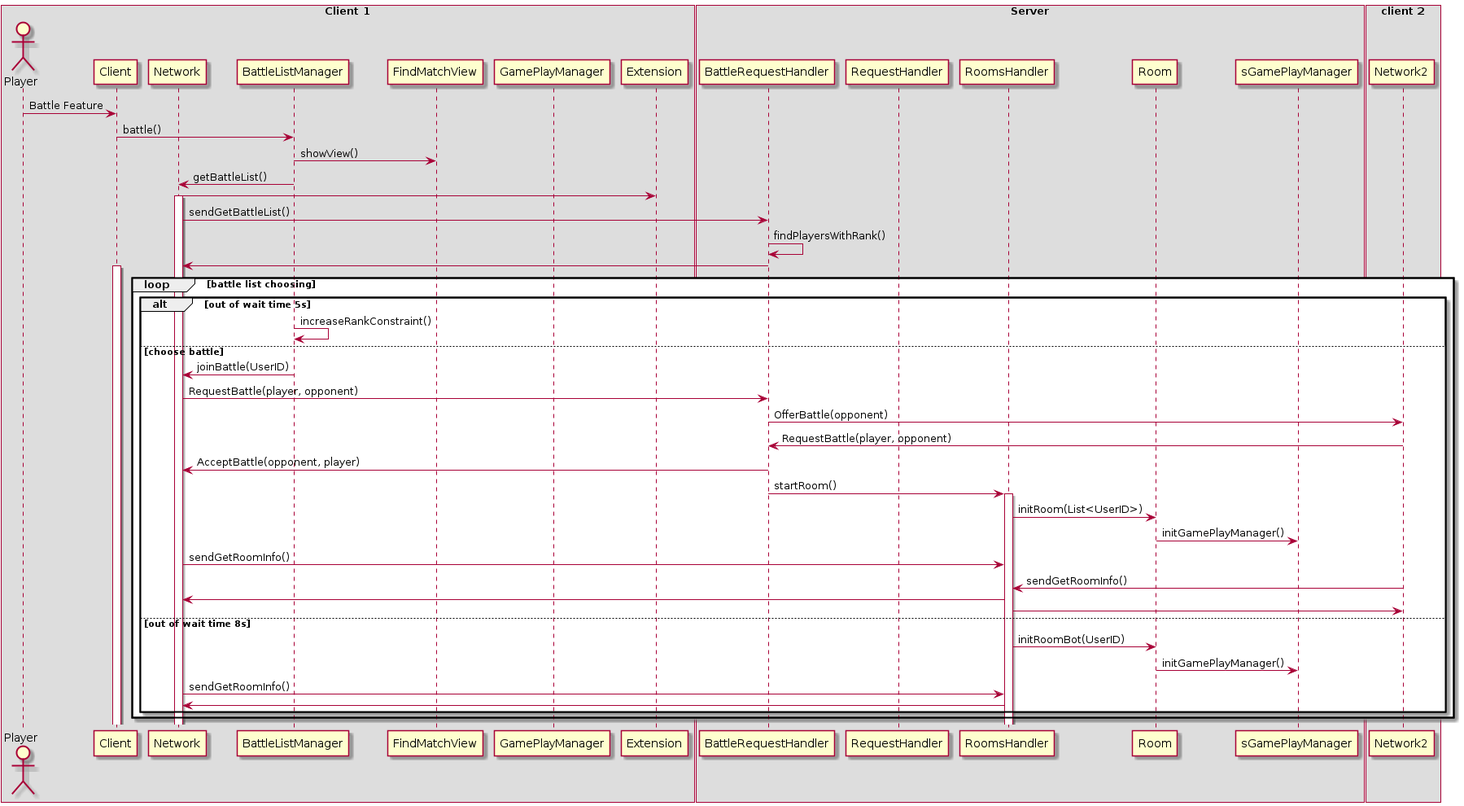
Earlier version of the PlantUML export sequence/digramImg/finalMatchingPvP.png (nhoxtheanh/STM).
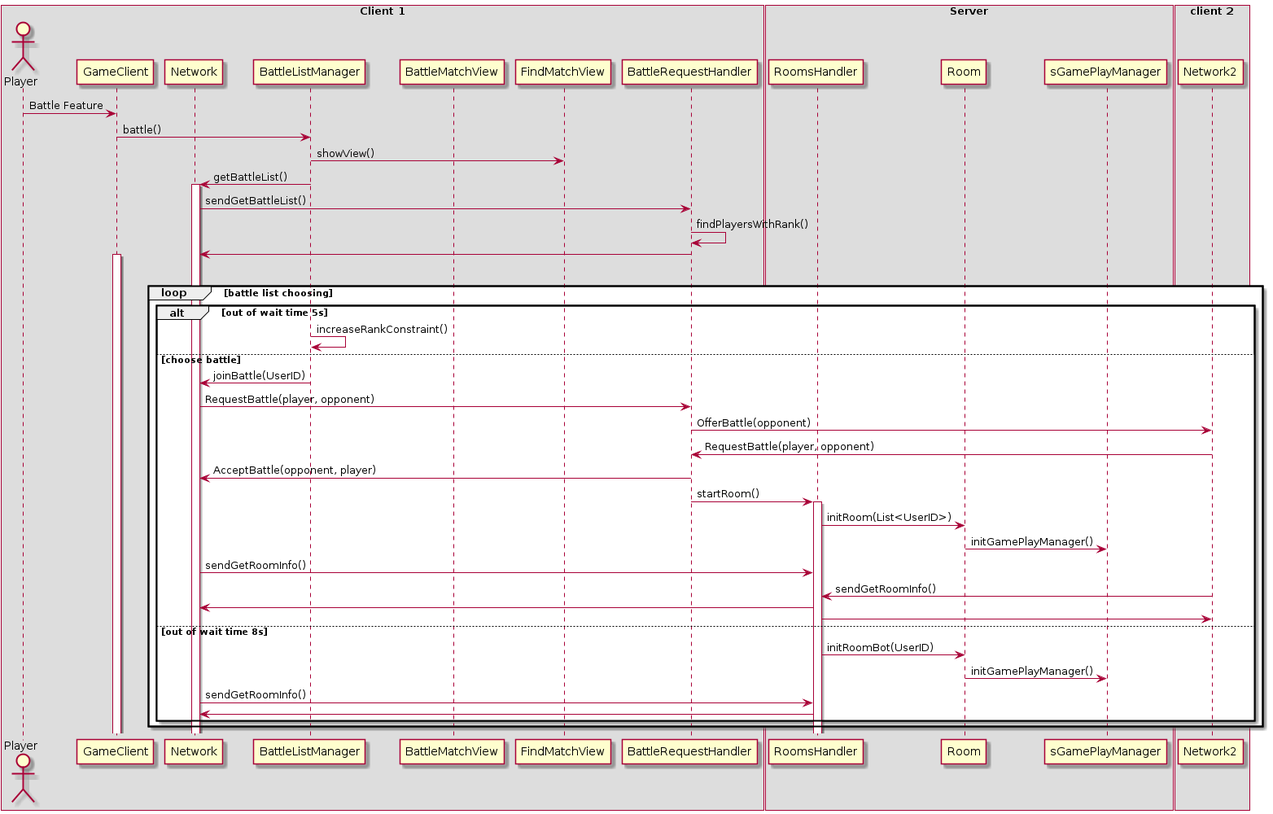
After the change.

What changed in the source:
```diff
@@ -1,30 +1,29 @@
 @startuml
 box Client 1
 actor Player
-participant Client
+participant GameClient
 participant Network
 participant BattleListManager
-participant FindMatchView
-participant GamePlayManager
-Player -> Client: Battle Feature
-Client -> BattleListManager: battle()
+participant BattleMatchView
+Player -> GameClient: Battle Feature
+GameClient -> BattleListManager: battle()
 BattleListManager -> FindMatchView: showView()
 BattleListManager -> Network: getBattleList()
-Network -> Extension
 activate Network
+Network -> BattleRequestHandler: sendGetBattleList()
+BattleRequestHandler -> BattleRequestHandler: findPlayersWithRank()
+BattleRequestHandler -> Network
 endbox
 box Server
-participant BattleRequestHandler
-participant RequestHandler
 participant RoomsHandler
 participant Room
 participant sGamePlayManager
-Network -> BattleRequestHandler: sendGetBattleList()
-BattleRequestHandler -> BattleRequestHandler: findPlayersWithRank()
-BattleRequestHandler -> Network
 
 endbox
-activate Client
+
+loop Battle list choosing
+
+activate GameClient
 loop battle list choosing
 alt out of wait time 5s
 BattleListManager -> BattleListManager: increaseRankConstraint()
```
